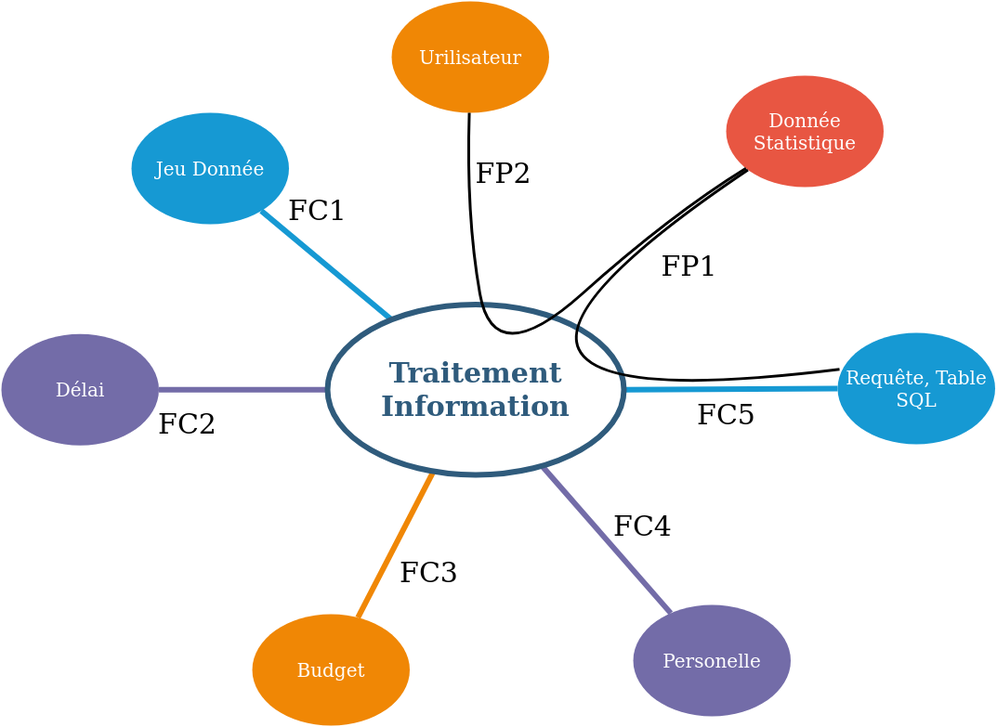
This is Presentation/Diagramme_pieuvre.png from waarx11/SAE-2.05-Gestion-projet, a draw.io export, as it was before one commit. Source tidied: cells renumbered, new cells last; positions are measured from the earlier drawing's top-left corner, leaving out a move shared by most shapes.
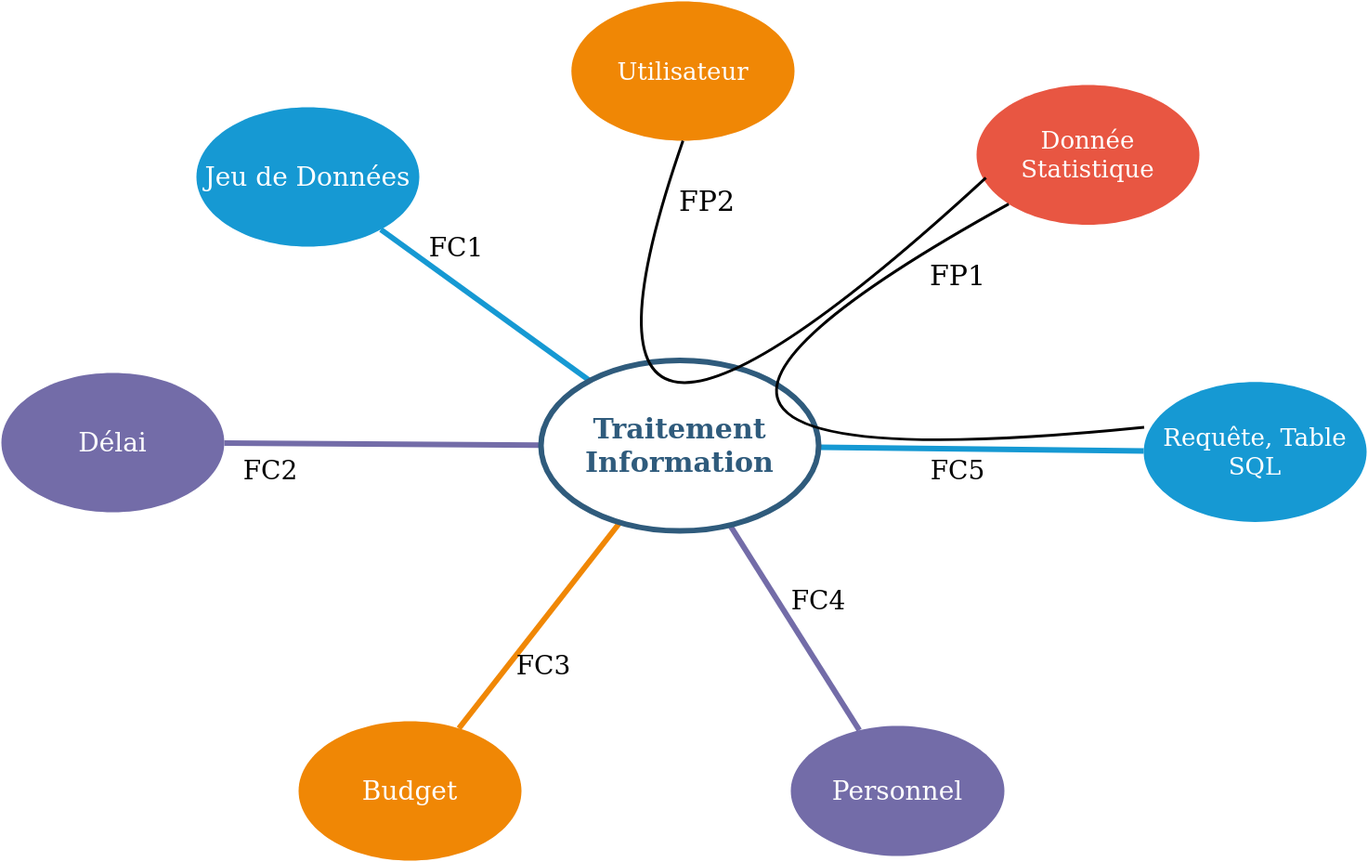
The same diagram one commit later.

Diff of the diagram source:
```diff
@@ -2,81 +2,79 @@
   <root>
     <mxCell id="0" />
     <mxCell id="1" parent="0" />
-    <mxCell id="2" value="Jeu Donnée" style="ellipse;whiteSpace=wrap;html=1;shadow=0;fontFamily=Helvetica;fontSize=20;fontColor=#FFFFFF;align=center;strokeWidth=3;fillColor=#1699D3;strokeColor=none;" parent="1" vertex="1">
-      <mxGeometry x="140" y="120" width="169.5" height="120" as="geometry" />
-    </mxCell>
-    <mxCell id="3" value="Urilisateur" style="ellipse;whiteSpace=wrap;html=1;shadow=0;fontFamily=Helvetica;fontSize=20;fontColor=#FFFFFF;align=center;strokeWidth=3;fillColor=#F08705;strokeColor=none;gradientColor=none;" parent="1" vertex="1">
-      <mxGeometry x="420" width="169.5" height="120" as="geometry" />
-    </mxCell>
+    <mxCell id="24" value="&lt;font style=&quot;font-size: 28px;&quot;&gt;Jeu de Données&lt;/font&gt;" style="ellipse;whiteSpace=wrap;html=1;shadow=0;fontFamily=Helvetica;fontSize=20;fontColor=#FFFFFF;align=center;strokeWidth=3;fillColor=#1699D3;strokeColor=none;" parent="1" vertex="1">
+      <mxGeometry x="-10" y="64" width="240" height="150" as="geometry" />
+    </mxCell>
+    <mxCell id="25" value="&lt;font style=&quot;font-size: 26px;&quot;&gt;Utilisateur&lt;/font&gt;" style="ellipse;whiteSpace=wrap;html=1;shadow=0;fontFamily=Helvetica;fontSize=20;fontColor=#FFFFFF;align=center;strokeWidth=3;fillColor=#F08705;strokeColor=none;gradientColor=none;" parent="1" vertex="1">
+      <mxGeometry x="393.8" y="-50" width="240.2" height="150" as="geometry" />
+    </mxCell>
-    <mxCell id="4" value="Donnée Statistique" style="ellipse;whiteSpace=wrap;html=1;shadow=0;fontFamily=Helvetica;fontSize=20;fontColor=#FFFFFF;align=center;strokeWidth=3;fillColor=#E85642;strokeColor=none;" parent="1" vertex="1">
-      <mxGeometry x="780" y="80" width="169.5" height="120" as="geometry" />
+    <mxCell id="4" value="&lt;font style=&quot;font-size: 26px;&quot;&gt;Donnée Statistique&lt;/font&gt;" style="ellipse;whiteSpace=wrap;html=1;shadow=0;fontFamily=Helvetica;fontSize=20;fontColor=#FFFFFF;align=center;strokeWidth=3;fillColor=#E85642;strokeColor=none;" parent="1" vertex="1">
+      <mxGeometry x="830" y="40" width="240" height="150.5" as="geometry" />
     </mxCell>
-    <mxCell id="5" value="Requête, Table SQL" style="ellipse;whiteSpace=wrap;html=1;shadow=0;fontFamily=Helvetica;fontSize=20;fontColor=#FFFFFF;align=center;strokeWidth=3;fillColor=#1699D3;strokeColor=none;" parent="1" vertex="1">
-      <mxGeometry x="900" y="357" width="169.5" height="120" as="geometry" />
+    <mxCell id="5" value="Requête, Table SQL" style="ellipse;whiteSpace=wrap;html=1;shadow=0;fontFamily=Helvetica;fontSize=26;fontColor=#FFFFFF;align=center;strokeWidth=3;fillColor=#1699D3;strokeColor=none;" parent="1" vertex="1">
+      <mxGeometry x="1010" y="359.8" width="240" height="150.8" as="geometry" />
     </mxCell>
-    <mxCell id="6" value="Personelle" style="ellipse;whiteSpace=wrap;html=1;shadow=0;fontFamily=Helvetica;fontSize=20;fontColor=#FFFFFF;align=center;strokeWidth=3;fillColor=#736ca8;strokeColor=none;" parent="1" vertex="1">
-      <mxGeometry x="680" y="650" width="169.5" height="120" as="geometry" />
-    </mxCell>
+    <mxCell id="26" value="&lt;font style=&quot;font-size: 28px;&quot;&gt;Personnel&lt;/font&gt;" style="ellipse;whiteSpace=wrap;html=1;shadow=0;fontFamily=Helvetica;fontSize=20;fontColor=#FFFFFF;align=center;strokeWidth=3;fillColor=#736ca8;strokeColor=none;" parent="1" vertex="1">
+      <mxGeometry x="630" y="730" width="230" height="140" as="geometry" />
+    </mxCell>
-    <mxCell id="7" value="Budget" style="ellipse;whiteSpace=wrap;html=1;shadow=0;fontFamily=Helvetica;fontSize=20;fontColor=#FFFFFF;align=center;strokeWidth=3;fillColor=#F08705;strokeColor=none;" parent="1" vertex="1">
-      <mxGeometry x="270" y="660" width="169.5" height="120" as="geometry" />
+    <mxCell id="7" value="&lt;font style=&quot;font-size: 28px;&quot;&gt;Budget&lt;/font&gt;" style="ellipse;whiteSpace=wrap;html=1;shadow=0;fontFamily=Helvetica;fontSize=20;fontColor=#FFFFFF;align=center;strokeWidth=3;fillColor=#F08705;strokeColor=none;" parent="1" vertex="1">
+      <mxGeometry x="100" y="725" width="240" height="150" as="geometry" />
     </mxCell>
-    <mxCell id="8" style="endArrow=none;strokeWidth=6;strokeColor=#1699D3;html=1;" parent="1" edge="1" source="13" target="2">
-      <mxGeometry relative="1" as="geometry" />
-    </mxCell>
+    <mxCell id="27" style="endArrow=none;strokeWidth=6;strokeColor=#1699D3;html=1;" parent="1" edge="1" source="13" target="24">
+      <mxGeometry relative="1" as="geometry" />
+    </mxCell>
     <mxCell id="9" style="endArrow=none;strokeWidth=6;strokeColor=#1699D3;html=1;" parent="1" edge="1" source="13" target="5">
       <mxGeometry relative="1" as="geometry" />
     </mxCell>
     <mxCell id="10" style="endArrow=none;strokeWidth=6;strokeColor=#736CA8;html=1;" parent="1" edge="1" source="13" target="14">
       <mxGeometry relative="1" as="geometry" />
     </mxCell>
-    <mxCell id="11" style="endArrow=none;strokeWidth=6;strokeColor=#736ca8;html=1;" parent="1" edge="1" source="13" target="6">
-      <mxGeometry relative="1" as="geometry" />
-    </mxCell>
+    <mxCell id="28" style="endArrow=none;strokeWidth=6;strokeColor=#736ca8;html=1;" parent="1" edge="1" source="13" target="26">
+      <mxGeometry relative="1" as="geometry" />
+    </mxCell>
     <mxCell id="12" style="edgeStyle=none;endArrow=none;strokeWidth=6;strokeColor=#F08705;html=1;" parent="1" edge="1" source="13" target="7">
-      <mxGeometry x="181" y="226.5" as="geometry" />
+      <mxGeometry x="191" y="236.5" as="geometry" />
     </mxCell>
     <mxCell id="13" value="&lt;div&gt;Traitement &lt;br&gt;&lt;/div&gt;&lt;div&gt;Information&lt;br&gt;&lt;/div&gt;" style="ellipse;whiteSpace=wrap;html=1;shadow=0;fontFamily=Helvetica;fontSize=30;fontColor=#2F5B7C;align=center;strokeColor=#2F5B7C;strokeWidth=6;fillColor=#FFFFFF;fontStyle=1;gradientColor=none;" parent="1" vertex="1">
-      <mxGeometry x="351" y="326.5" width="319" height="183.5" as="geometry" />
+      <mxGeometry x="361" y="336.5" width="299" height="183.5" as="geometry" />
     </mxCell>
-    <mxCell id="14" value="Délai" style="ellipse;whiteSpace=wrap;html=1;shadow=0;fontFamily=Helvetica;fontSize=20;fontColor=#FFFFFF;align=center;strokeWidth=3;fillColor=#736ca8;strokeColor=none;" parent="1" vertex="1">
-      <mxGeometry y="358.2" width="169.5" height="120" as="geometry" />
+    <mxCell id="14" value="&lt;font style=&quot;font-size: 28px;&quot;&gt;Délai&lt;/font&gt;" style="ellipse;whiteSpace=wrap;html=1;shadow=0;fontFamily=Helvetica;fontSize=20;fontColor=#FFFFFF;align=center;strokeWidth=3;fillColor=#736ca8;strokeColor=none;" parent="1" vertex="1">
+      <mxGeometry x="-220" y="350" width="240" height="150" as="geometry" />
     </mxCell>
-    <mxCell id="15" style="endArrow=none;html=1;rounded=0;curved=1;fontSize=16;strokeWidth=3;" parent="1" edge="1" source="4" target="3">
-      <mxGeometry relative="1" as="geometry">
-        <Array as="points">
-          <mxPoint x="720" y="230" />
-          <mxPoint x="530" y="400" />
-          <mxPoint x="500" y="230" />
-        </Array>
-      </mxGeometry>
-    </mxCell>
-    <mxCell id="16" style="endArrow=none;html=1;rounded=0;curved=1;exitX=0.012;exitY=0.328;exitDx=0;exitDy=0;exitPerimeter=0;strokeWidth=3;" parent="1" edge="1" source="5" target="4">
+    <mxCell id="16" style="endArrow=none;html=1;rounded=0;fontSize=28;strokeWidth=3;curved=1;entryX=0;entryY=1;entryDx=0;entryDy=0;exitX=0.002;exitY=0.324;exitDx=0;exitDy=0;exitPerimeter=0;" parent="1" edge="1" source="5" target="4">
       <mxGeometry relative="1" as="geometry">
         <Array as="points">
-          <mxPoint x="390" y="460" />
+          <mxPoint x="300" y="480" />
         </Array>
       </mxGeometry>
     </mxCell>
+    <mxCell id="29" style="endArrow=none;html=1;rounded=0;fontSize=28;strokeWidth=3;curved=1;entryX=0.042;entryY=0.664;entryDx=0;entryDy=0;entryPerimeter=0;exitX=0.5;exitY=1;exitDx=0;exitDy=0;" parent="1" edge="1" source="25" target="4">
+      <mxGeometry relative="1" as="geometry">
+        <Array as="points">
+          <mxPoint x="340" y="600" />
+        </Array>
+      </mxGeometry>
+    </mxCell>
+    <mxCell id="21" value="&lt;font style=&quot;font-size: 30px;&quot;&gt;FP1&lt;/font&gt;" style="text;html=1;strokeColor=none;fillColor=none;align=center;verticalAlign=middle;whiteSpace=wrap;rounded=0;fontSize=28;" parent="1" vertex="1">
+      <mxGeometry x="780" y="230" width="60" height="30" as="geometry" />
+    </mxCell>
+    <mxCell id="20" value="&lt;font style=&quot;font-size: 30px;&quot;&gt;FP2&lt;/font&gt;" style="text;html=1;strokeColor=none;fillColor=none;align=center;verticalAlign=middle;whiteSpace=wrap;rounded=0;fontSize=28;" parent="1" vertex="1">
+      <mxGeometry x="510" y="150" width="60" height="30" as="geometry" />
+    </mxCell>
+    <mxCell id="23" value="FC5" style="text;html=1;strokeColor=none;fillColor=none;align=center;verticalAlign=middle;whiteSpace=wrap;rounded=0;fontSize=28;" parent="1" vertex="1">
+      <mxGeometry x="780" y="440" width="60" height="30" as="geometry" />
+    </mxCell>
+    <mxCell id="22" value="FC4" style="text;html=1;strokeColor=none;fillColor=none;align=center;verticalAlign=middle;whiteSpace=wrap;rounded=0;fontSize=28;" parent="1" vertex="1">
+      <mxGeometry x="630" y="580" width="60" height="30" as="geometry" />
+    </mxCell>
+    <mxCell id="19" value="FC3" style="text;html=1;strokeColor=none;fillColor=none;align=center;verticalAlign=middle;whiteSpace=wrap;rounded=0;fontSize=28;" parent="1" vertex="1">
+      <mxGeometry x="333.8" y="650" width="60" height="30" as="geometry" />
+    </mxCell>
+    <mxCell id="18" value="FC2" style="text;html=1;strokeColor=none;fillColor=none;align=center;verticalAlign=middle;whiteSpace=wrap;rounded=0;fontSize=28;" parent="1" vertex="1">
+      <mxGeometry x="40" y="440" width="60" height="30" as="geometry" />
+    </mxCell>
-    <mxCell id="17" value="&lt;font style=&quot;font-size: 30px;&quot;&gt;FC1&lt;/font&gt;" style="text;html=1;align=center;verticalAlign=middle;fillColor=none;strokeColor=none;rounded=0;fontSize=16;" parent="1" vertex="1">
-      <mxGeometry x="300" y="210" width="80" height="30" as="geometry" />
+    <mxCell id="17" value="FC1" style="text;html=1;strokeColor=none;fillColor=none;align=center;verticalAlign=middle;whiteSpace=wrap;rounded=0;fontSize=28;" parent="1" vertex="1">
+      <mxGeometry x="240" y="200" width="60" height="30" as="geometry" />
     </mxCell>
-    <mxCell id="18" value="&lt;div&gt;&lt;font style=&quot;font-size: 30px;&quot;&gt;FC2&lt;/font&gt;&lt;/div&gt;" style="text;html=1;align=center;verticalAlign=middle;fillColor=none;strokeColor=none;rounded=0;fontSize=16;" parent="1" vertex="1">
-      <mxGeometry x="160" y="440" width="80" height="30" as="geometry" />
-    </mxCell>
-    <mxCell id="19" value="&lt;div&gt;&lt;font style=&quot;font-size: 30px;&quot;&gt;FC3&lt;/font&gt;&lt;/div&gt;" style="text;html=1;align=center;verticalAlign=middle;fillColor=none;strokeColor=none;rounded=0;fontSize=16;" parent="1" vertex="1">
-      <mxGeometry x="420" y="600" width="80" height="30" as="geometry" />
-    </mxCell>
-    <mxCell id="20" value="&lt;font style=&quot;font-size: 30px;&quot;&gt;FP2&lt;/font&gt;" style="text;html=1;align=center;verticalAlign=middle;fillColor=none;strokeColor=none;rounded=0;fontSize=16;" parent="1" vertex="1">
-      <mxGeometry x="500" y="170" width="80" height="30" as="geometry" />
-    </mxCell>
-    <mxCell id="21" value="&lt;font style=&quot;font-size: 30px;&quot;&gt;FP1&lt;/font&gt;" style="text;html=1;align=center;verticalAlign=middle;fillColor=none;strokeColor=none;rounded=0;fontSize=16;" parent="1" vertex="1">
-      <mxGeometry x="700" y="270" width="80" height="30" as="geometry" />
-    </mxCell>
-    <mxCell id="22" value="&lt;div&gt;&lt;font style=&quot;font-size: 30px;&quot;&gt;FC4&lt;/font&gt;&lt;/div&gt;" style="text;html=1;align=center;verticalAlign=middle;fillColor=none;strokeColor=none;rounded=0;fontSize=16;" parent="1" vertex="1">
-      <mxGeometry x="650" y="550" width="80" height="30" as="geometry" />
-    </mxCell>
-    <mxCell id="23" value="&lt;div&gt;&lt;font style=&quot;font-size: 30px;&quot;&gt;FC5&lt;/font&gt;&lt;/div&gt;" style="text;html=1;align=center;verticalAlign=middle;fillColor=none;strokeColor=none;rounded=0;fontSize=16;" parent="1" vertex="1">
-      <mxGeometry x="740" y="430" width="80" height="30" as="geometry" />
-    </mxCell>
   </root>
 </mxGraphModel>
```
